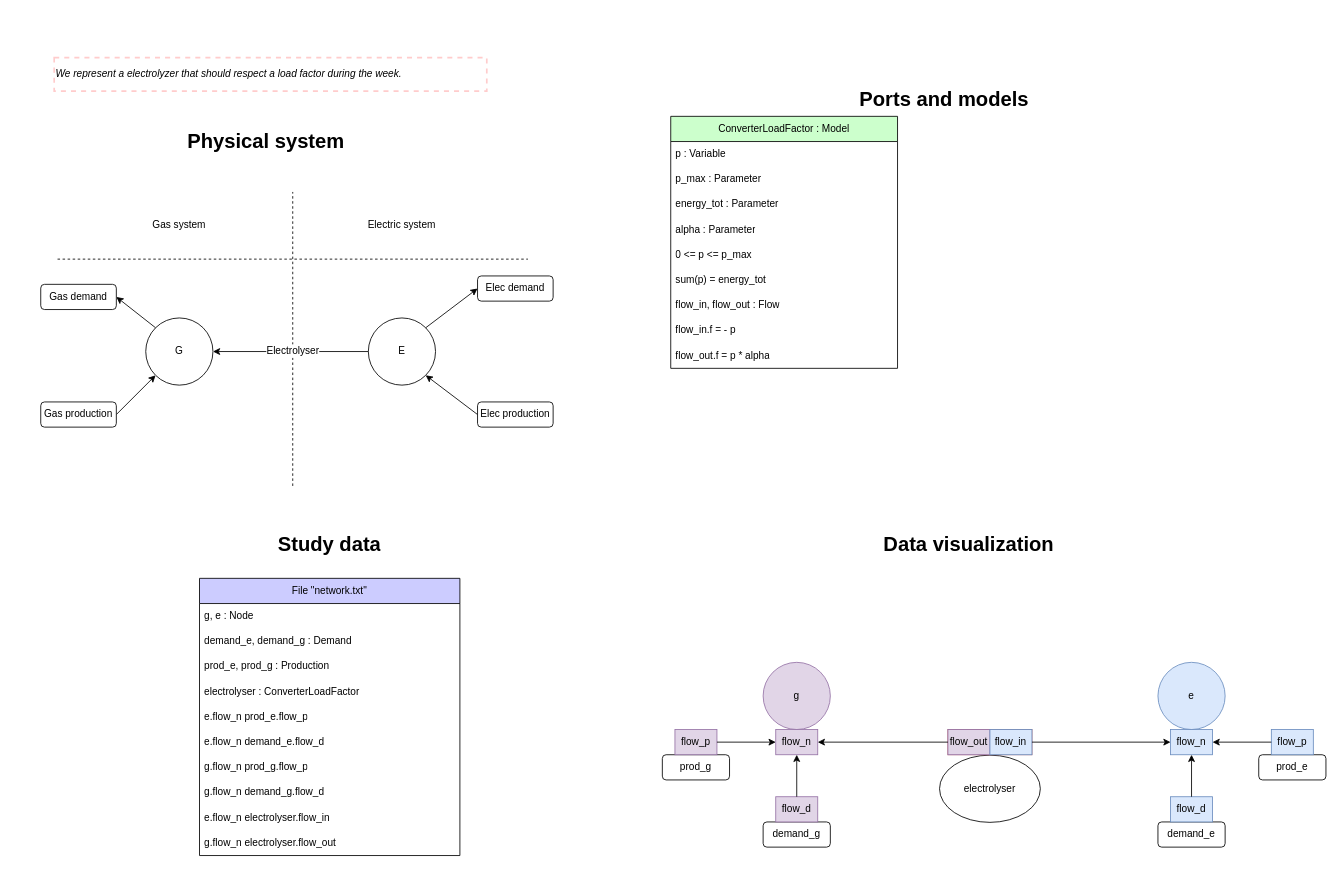
The draw.io diagram page "unique_model" (2 of 2) of models-design/systems/electrolyzer_load_factor.drawio in AntaresSimulatorTeam/andromede-modeling-prototype, before the edit. Source tidied: cells renumbered, new cells numbered last; positions are measured from the earlier drawing's top-left corner, leaving out a move shared by most shapes. Both pictures are drawn from the tidied source at 84%, with x=0, y=0 at pixel (14, 57).
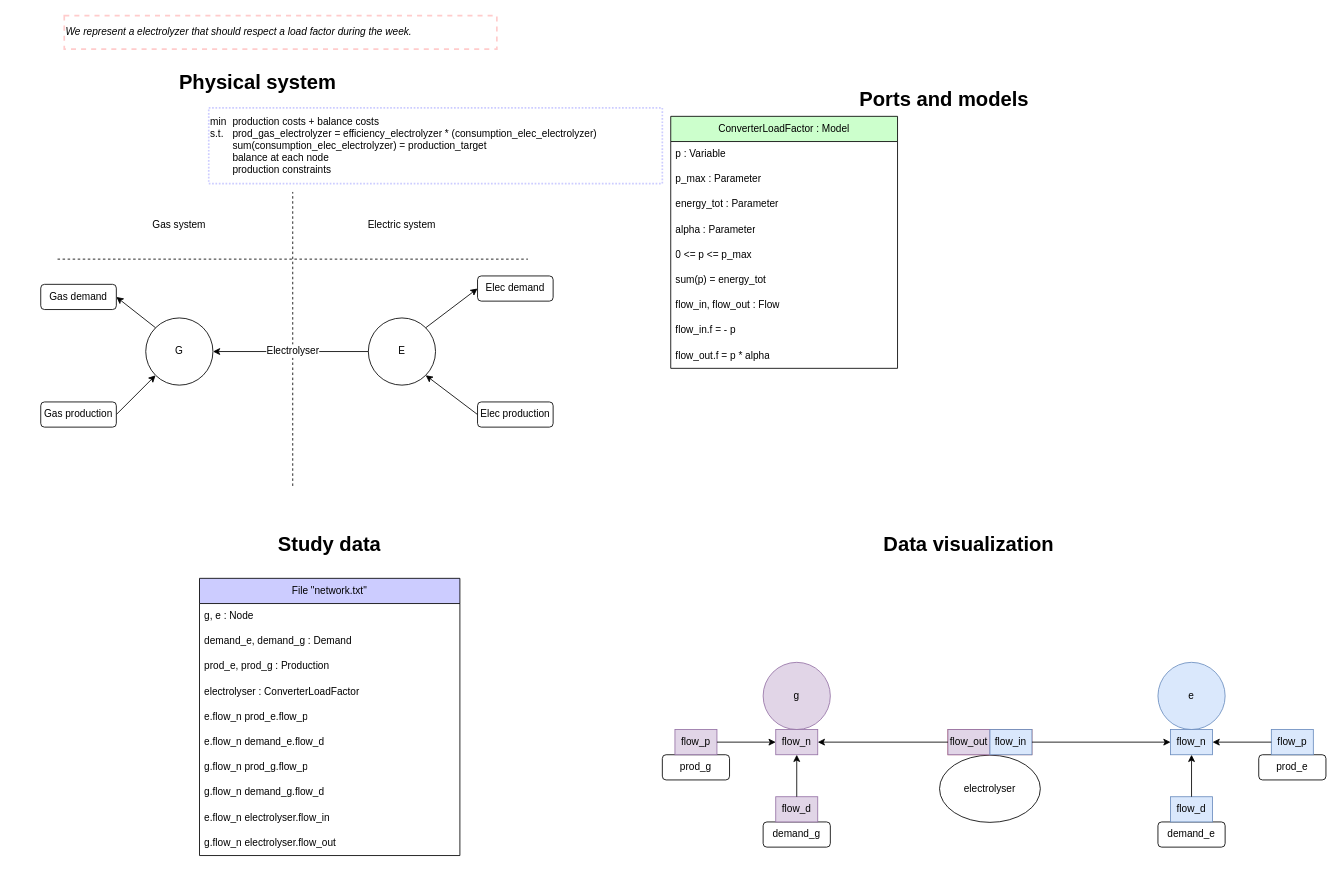
The same diagram, later.

The edit, as a diff of the source:
```diff
@@
     <mxCell id="16" value="&lt;h1&gt;Physical system&lt;br&gt;&lt;/h1&gt;" style="text;html=1;strokeColor=none;fillColor=none;spacing=5;spacingTop=-20;whiteSpace=wrap;overflow=hidden;rounded=0;" parent="1" vertex="1">
-      <mxGeometry x="201" y="80" width="250" height="40" as="geometry" />
+      <mxGeometry x="191" y="10" width="250" height="40" as="geometry" />
     </mxCell>
@@
     <mxCell id="73" value="&lt;i&gt;We represent a electrolyzer that should respect a load factor during the week.&lt;/i&gt;" style="text;html=1;strokeColor=#FFCCCC;fillColor=none;align=left;verticalAlign=middle;whiteSpace=wrap;rounded=0;dashed=1;strokeWidth=2;" parent="1" vertex="1">
-      <mxGeometry x="47" width="515" height="40" as="geometry" />
+      <mxGeometry x="59" y="-50" width="515" height="40" as="geometry" />
     </mxCell>
@@
+    <mxCell id="77" value="min &lt;span style=&quot;white-space: pre;&quot;&gt;&#9;&lt;/span&gt;production costs + balance costs&lt;br&gt;s.t.&amp;nbsp;&lt;span style=&quot;white-space: pre;&quot;&gt;&#9;&lt;/span&gt;prod_gas_electrolyzer = efficiency_electrolyzer * (consumption_elec_electrolyzer)&amp;nbsp;&lt;br&gt;&lt;span style=&quot;white-space: pre;&quot;&gt;&#9;&lt;/span&gt;sum(consumption_elec_electrolyzer) = production_target&lt;br&gt;&lt;span style=&quot;white-space: pre;&quot;&gt;&#9;&lt;/span&gt;balance at each node&lt;br&gt;&lt;span style=&quot;white-space: pre;&quot;&gt;&#9;&lt;/span&gt;production constraints" style="text;html=1;strokeColor=#CCCCFF;fillColor=none;align=left;verticalAlign=middle;whiteSpace=wrap;rounded=0;dashed=1;dashPattern=1 1;strokeWidth=2;" parent="1" vertex="1">
+      <mxGeometry x="231" y="60" width="540" height="90" as="geometry" />
+    </mxCell>
```
